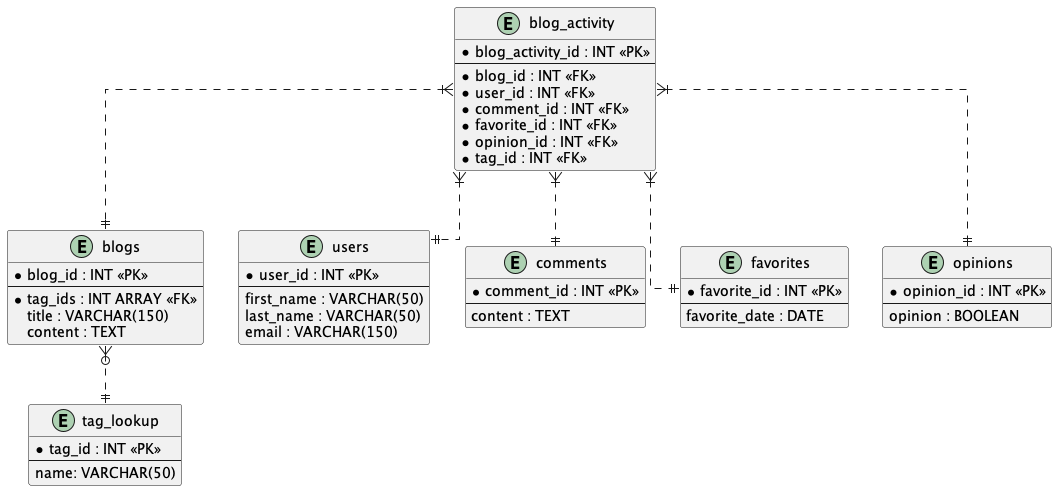
The PlantUML diagram docs/images/blog-dw-db.png in StackZack/blogs-data-pipeline, before a commit.
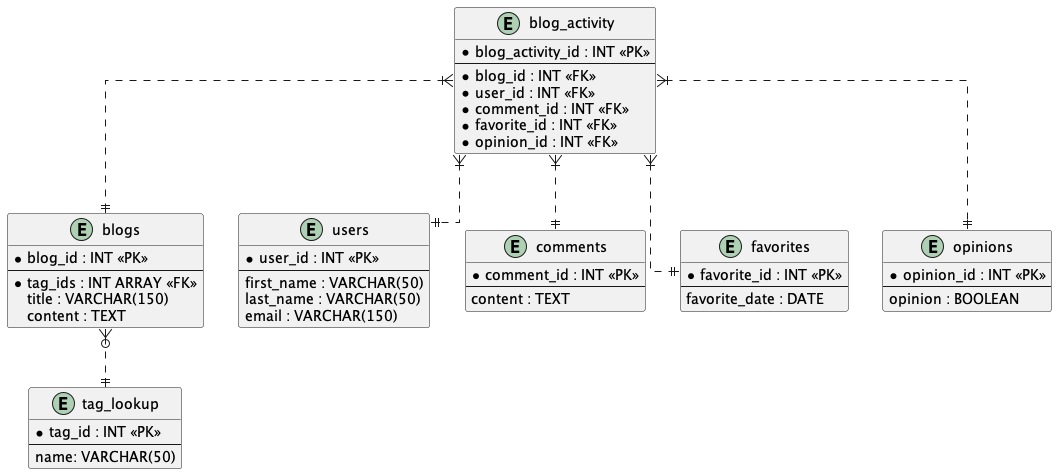
The same diagram one commit later.

Commit message:
Updated dw erd. Added constraints to datawarehouse tables.

The edit, as a diff of the source:
```diff
@@ -10,7 +10,6 @@
   *comment_id : INT <<FK>>
   *favorite_id : INT <<FK>>
   *opinion_id : INT <<FK>>
-  *tag_id : INT <<FK>>
 }
 
 entity "blogs" as blogs {
```
